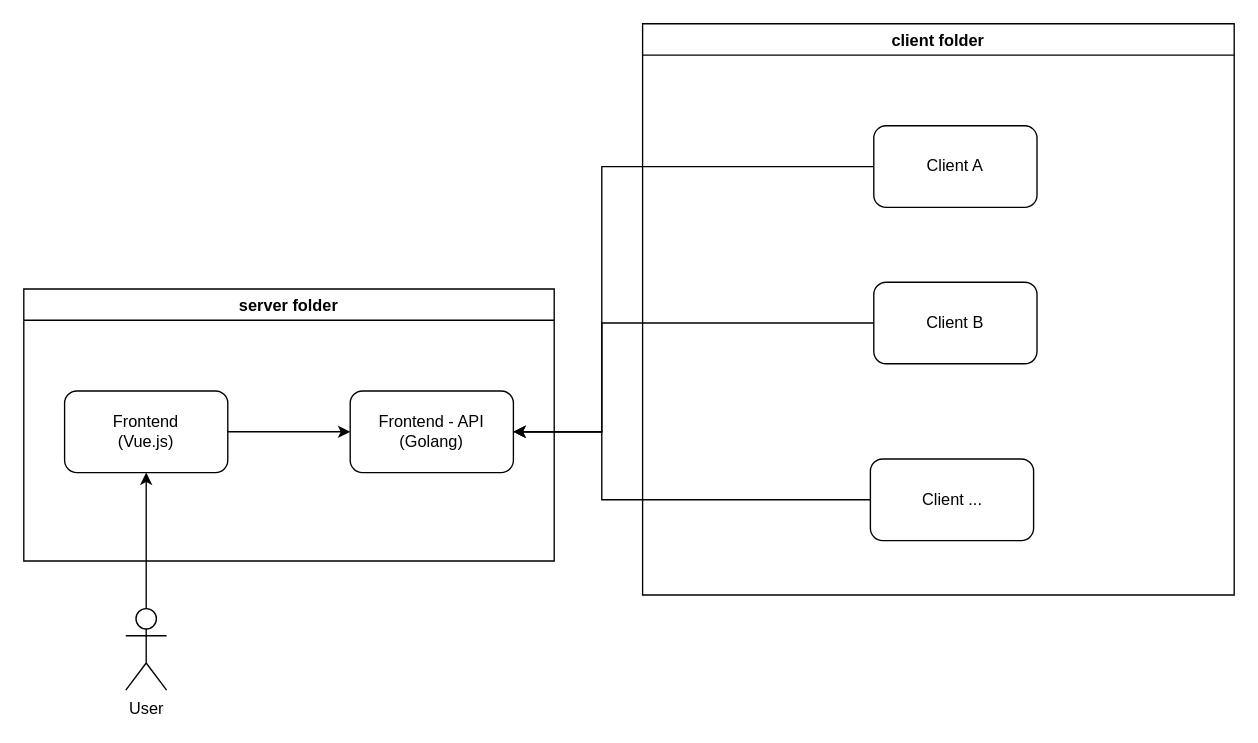
Before: page "General" (1 of 4) of docs/Demo Diagram.drawio in TheDarkTrumpet/docker-tcp-with-go, a draw.io diagram. Source tidied: cells renumbered, new cells numbered last; positions are measured from the earlier drawing's top-left corner, leaving out a move shared by most shapes. Both pictures are drawn from the tidied source at 136%, with x=0, y=0 at pixel (23, 23).
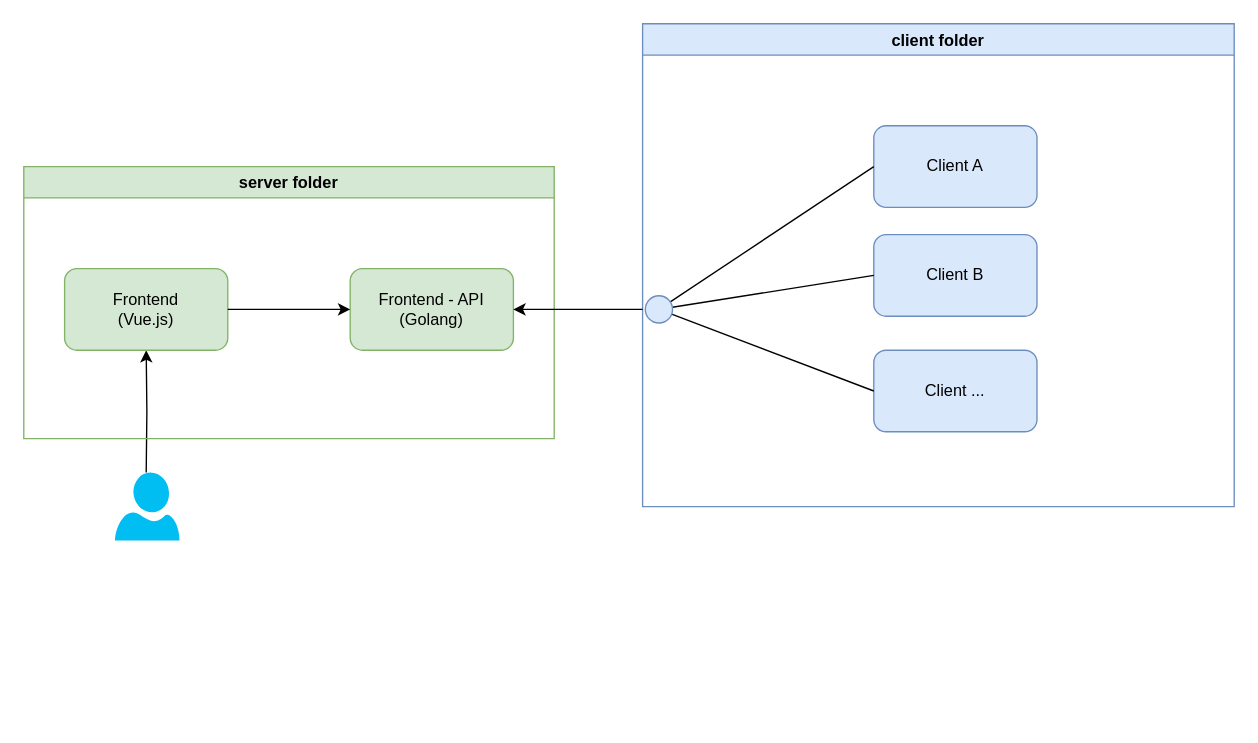
The same diagram, later.

Diff of the diagram source:
```diff
@@
 <mxGraphModel>
   <root>
     <mxCell id="0" />
     <mxCell id="1" parent="0" />
-    <mxCell id="2" style="edgeStyle=orthogonalEdgeStyle;rounded=0;jettySize=auto;html=1;" parent="1" edge="1" source="3" target="5">
-      <mxGeometry relative="1" as="geometry" />
+    <mxCell id="2" style="edgeStyle=orthogonalEdgeStyle;rounded=0;jettySize=auto;html=1;" parent="1" edge="1" target="5">
+      <mxGeometry relative="1" as="geometry">
+        <mxPoint x="90" y="330" as="sourcePoint" />
+      </mxGeometry>
     </mxCell>
-    <mxCell id="3" value="User" style="shape=umlActor;verticalLabelPosition=bottom;verticalAlign=top;html=1;outlineConnect=0;" parent="1" vertex="1">
-      <mxGeometry x="75" y="430" width="30" height="60" as="geometry" />
-    </mxCell>
-    <mxCell id="4" value="server folder" style="swimlane;" parent="1" vertex="1">
-      <mxGeometry y="195" width="390" height="200" as="geometry" />
+    <mxCell id="4" value="server folder" style="swimlane;fillColor=#d5e8d4;strokeColor=#82b366;" parent="1" vertex="1">
+      <mxGeometry y="105" width="390" height="200" as="geometry" />
     </mxCell>
-    <mxCell id="5" value="Frontend&lt;br&gt;(Vue.js)" style="rounded=1;whiteSpace=wrap;html=1;" parent="4" vertex="1">
+    <mxCell id="5" value="Frontend&lt;br&gt;(Vue.js)" style="rounded=1;whiteSpace=wrap;html=1;fillColor=#d5e8d4;strokeColor=#82b366;" parent="4" vertex="1">
       <mxGeometry x="30" y="75" width="120" height="60" as="geometry" />
     </mxCell>
-    <mxCell id="6" value="Frontend - API&lt;br&gt;(Golang)" style="rounded=1;whiteSpace=wrap;html=1;" parent="4" vertex="1">
+    <mxCell id="6" value="Frontend - API&lt;br&gt;(Golang)" style="rounded=1;whiteSpace=wrap;html=1;fillColor=#d5e8d4;strokeColor=#82b366;" parent="4" vertex="1">
       <mxGeometry x="240" y="75" width="120" height="60" as="geometry" />
     </mxCell>
     <mxCell id="7" style="edgeStyle=orthogonalEdgeStyle;rounded=0;jettySize=auto;html=1;entryX=0;entryY=0.5;entryDx=0;entryDy=0;" parent="4" edge="1" source="5" target="6">
       <mxGeometry relative="1" as="geometry" />
     </mxCell>
-    <mxCell id="8" value="client folder" style="swimlane;" parent="1" vertex="1">
-      <mxGeometry x="455" width="435" height="420" as="geometry" />
+    <mxCell id="8" value="client folder" style="swimlane;fillColor=#dae8fc;strokeColor=#6c8ebf;" parent="1" vertex="1">
+      <mxGeometry x="455" width="435" height="355" as="geometry" />
     </mxCell>
-    <mxCell id="9" value="Client A" style="rounded=1;whiteSpace=wrap;html=1;" parent="8" vertex="1">
+    <mxCell id="9" value="Client A" style="rounded=1;whiteSpace=wrap;html=1;fillColor=#dae8fc;strokeColor=#6c8ebf;" parent="8" vertex="1">
       <mxGeometry x="170" y="75" width="120" height="60" as="geometry" />
     </mxCell>
-    <mxCell id="10" value="Client ..." style="rounded=1;whiteSpace=wrap;html=1;" parent="8" vertex="1">
-      <mxGeometry x="167.5" y="320" width="120" height="60" as="geometry" />
+    <mxCell id="10" value="Client ..." style="rounded=1;whiteSpace=wrap;html=1;fillColor=#dae8fc;strokeColor=#6c8ebf;" parent="8" vertex="1">
+      <mxGeometry x="170" y="240" width="120" height="60" as="geometry" />
     </mxCell>
-    <mxCell id="11" value="Client B" style="rounded=1;whiteSpace=wrap;html=1;" parent="8" vertex="1">
-      <mxGeometry x="170" y="190" width="120" height="60" as="geometry" />
+    <mxCell id="11" value="Client B" style="rounded=1;whiteSpace=wrap;html=1;fillColor=#dae8fc;strokeColor=#6c8ebf;" parent="8" vertex="1">
+      <mxGeometry x="170" y="155" width="120" height="60" as="geometry" />
     </mxCell>
-    <mxCell id="12" style="edgeStyle=orthogonalEdgeStyle;rounded=0;jettySize=auto;html=1;entryX=0;entryY=0.5;entryDx=0;entryDy=0;endArrow=none;endFill=0;startArrow=classic;startFill=1;" parent="1" edge="1" source="6" target="9">
-      <mxGeometry relative="1" as="geometry">
-        <Array as="points">
-          <mxPoint x="425" y="300" />
-          <mxPoint x="425" y="105" />
-        </Array>
-      </mxGeometry>
-    </mxCell>
-    <mxCell id="13" style="edgeStyle=orthogonalEdgeStyle;rounded=0;jettySize=auto;html=1;entryX=0;entryY=0.5;entryDx=0;entryDy=0;endArrow=none;endFill=0;startArrow=classic;startFill=1;" parent="1" edge="1" source="6" target="10">
-      <mxGeometry relative="1" as="geometry">
-        <Array as="points">
-          <mxPoint x="425" y="300" />
-          <mxPoint x="425" y="350" />
-        </Array>
-      </mxGeometry>
-    </mxCell>
-    <mxCell id="14" style="edgeStyle=orthogonalEdgeStyle;rounded=0;jettySize=auto;html=1;entryX=0;entryY=0.5;entryDx=0;entryDy=0;endArrow=none;endFill=0;startArrow=classic;startFill=1;" parent="1" edge="1" source="6" target="11">
-      <mxGeometry relative="1" as="geometry">
-        <Array as="points">
-          <mxPoint x="425" y="300" />
-          <mxPoint x="425" y="220" />
-        </Array>
-      </mxGeometry>
-    </mxCell>
+    <mxCell id="15" style="rounded=0;jettySize=auto;html=1;entryX=0;entryY=0.5;entryDx=0;entryDy=0;endArrow=none;endFill=0;" parent="8" edge="1" source="18" target="9">
+      <mxGeometry relative="1" as="geometry" />
+    </mxCell>
+    <mxCell id="16" style="rounded=0;jettySize=auto;html=1;entryX=0;entryY=0.5;entryDx=0;entryDy=0;endArrow=none;endFill=0;" parent="8" edge="1" source="18" target="11">
+      <mxGeometry relative="1" as="geometry" />
+    </mxCell>
+    <mxCell id="17" style="rounded=0;jettySize=auto;html=1;entryX=0;entryY=0.5;entryDx=0;entryDy=0;endArrow=none;endFill=0;" parent="8" edge="1" source="18" target="10">
+      <mxGeometry relative="1" as="geometry" />
+    </mxCell>
+    <mxCell id="18" style="ellipse;whiteSpace=wrap;html=1;fillColor=#dae8fc;strokeColor=#6c8ebf;" parent="8" vertex="1">
+      <mxGeometry x="2" y="200" width="20" height="20" as="geometry" />
+    </mxCell>
+    <mxCell id="19" style="edgeStyle=orthogonalEdgeStyle;rounded=0;jettySize=auto;html=1;endArrow=none;endFill=0;startArrow=classic;startFill=1;" parent="1" edge="1" source="6">
+      <mxGeometry relative="1" as="geometry">
+        <mxPoint x="455" y="210" as="targetPoint" />
+      </mxGeometry>
+    </mxCell>
+    <mxCell id="20" style="verticalLabelPosition=bottom;html=1;verticalAlign=top;align=center;strokeColor=none;fillColor=#00BEF2;shape=mxgraph.azure.user;" parent="1" vertex="1">
+      <mxGeometry x="67" y="330" width="47.5" height="50" as="geometry" />
+    </mxCell>
   </root>
 </mxGraphModel>
```
